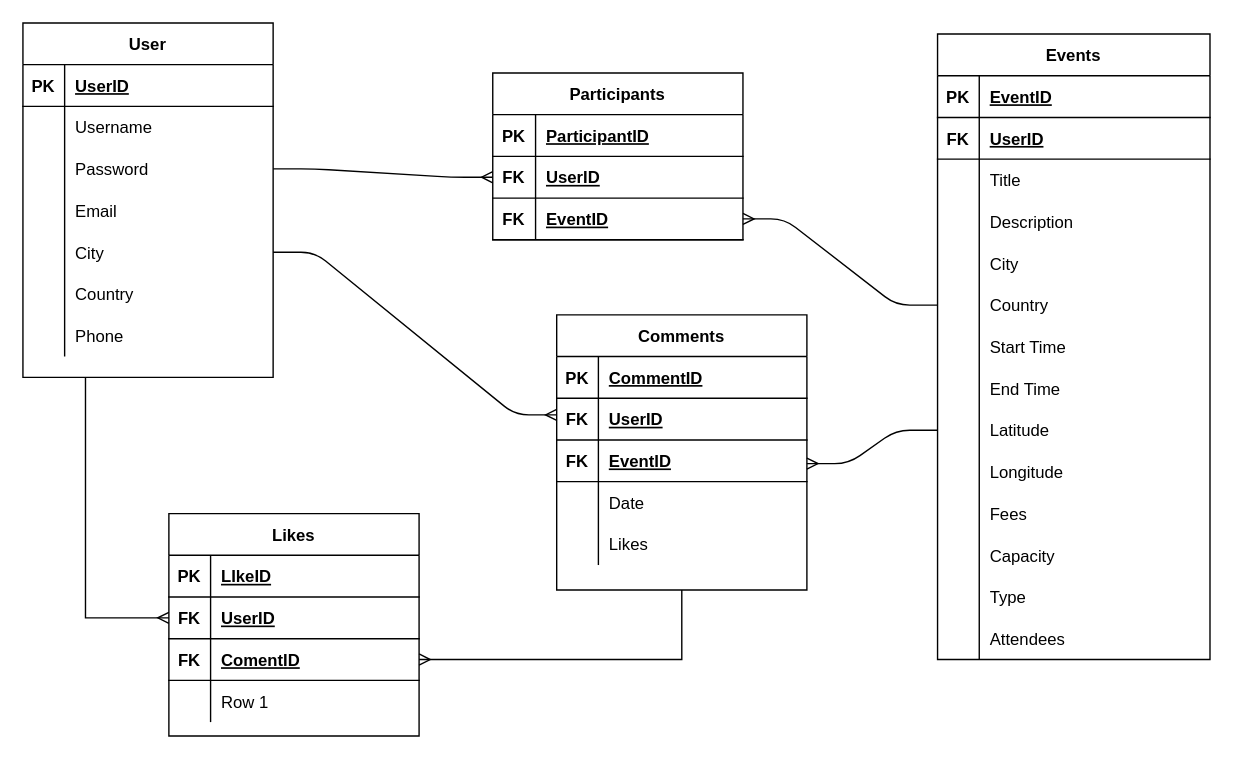
The draw.io diagram eventor.drawio in cruedo/Eventor, before the edit. Source tidied: cells renumbered, new cells numbered last; positions are measured from the earlier drawing's top-left corner, leaving out a move shared by most shapes. Both pictures are drawn from the tidied source at 139%, with x=0, y=0 at pixel (22, 22).
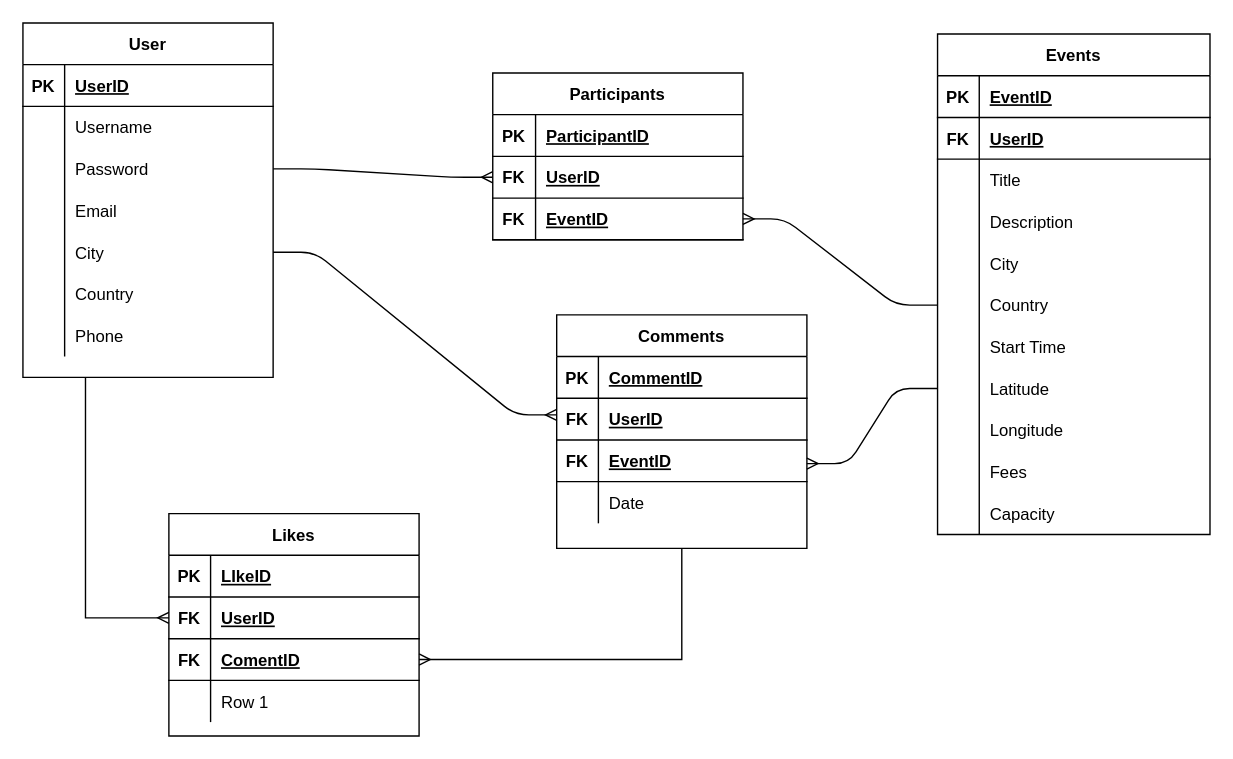
Above is the later version.

Diff of the diagram source:
```diff
@@
     <mxCell id="25" value="Events" style="shape=table;startSize=30;childLayout=tableLayout;rowLines=0;fontStyle=1;align=center;" parent="1" vertex="1">
-      <mxGeometry x="658" y="8" width="196" height="450" as="geometry" />
+      <mxGeometry x="658" y="8" width="196" height="360" as="geometry" />
     </mxCell>
@@
-    <mxCell id="47" style="shape=partialRectangle;fillColor=none;top=0;left=0;bottom=0;right=0;" parent="25" vertex="1">
-      <mxGeometry y="240" width="196" height="30" as="geometry" />
-    </mxCell>
-    <mxCell id="48" style="shape=partialRectangle;fillColor=none;top=0;left=0;bottom=0;right=0;overflow=hidden;" parent="47" vertex="1">
-      <mxGeometry width="30" height="30" as="geometry" />
-    </mxCell>
-    <mxCell id="49" value="End Time" style="shape=partialRectangle;fillColor=none;top=0;left=0;bottom=0;right=0;align=left;spacingLeft=6;overflow=hidden;" parent="47" vertex="1">
-      <mxGeometry x="30" width="166" height="30" as="geometry" />
-    </mxCell>
     <mxCell id="50" style="shape=partialRectangle;fillColor=none;top=0;left=0;bottom=0;right=0;points=[[0,0.5],[1,0.5]];portConstraint=eastwest;" parent="25" vertex="1">
-      <mxGeometry y="270" width="196" height="30" as="geometry" />
+      <mxGeometry y="240" width="196" height="30" as="geometry" />
     </mxCell>
@@
     <mxCell id="53" style="shape=partialRectangle;fillColor=none;top=0;left=0;bottom=0;right=0;" parent="25" vertex="1">
-      <mxGeometry y="300" width="196" height="30" as="geometry" />
+      <mxGeometry y="270" width="196" height="30" as="geometry" />
     </mxCell>
@@
     <mxCell id="56" style="shape=partialRectangle;fillColor=none;top=0;left=0;bottom=0;right=0;" parent="25" vertex="1">
-      <mxGeometry y="330" width="196" height="30" as="geometry" />
+      <mxGeometry y="300" width="196" height="30" as="geometry" />
     </mxCell>
@@
     <mxCell id="59" style="shape=partialRectangle;fillColor=none;top=0;left=0;bottom=0;right=0;" parent="25" vertex="1">
-      <mxGeometry y="360" width="196" height="30" as="geometry" />
+      <mxGeometry y="330" width="196" height="30" as="geometry" />
     </mxCell>
@@
-    <mxCell id="62" style="shape=partialRectangle;fillColor=none;top=0;left=0;bottom=0;right=0;" parent="25" vertex="1">
-      <mxGeometry y="390" width="196" height="30" as="geometry" />
-    </mxCell>
-    <mxCell id="63" style="shape=partialRectangle;fillColor=none;top=0;left=0;bottom=0;right=0;overflow=hidden;" parent="62" vertex="1">
-      <mxGeometry width="30" height="30" as="geometry" />
-    </mxCell>
-    <mxCell id="64" value="Type" style="shape=partialRectangle;fillColor=none;top=0;left=0;bottom=0;right=0;align=left;spacingLeft=6;overflow=hidden;" parent="62" vertex="1">
-      <mxGeometry x="30" width="166" height="30" as="geometry" />
-    </mxCell>
-    <mxCell id="65" style="shape=partialRectangle;fillColor=none;top=0;left=0;bottom=0;right=0;" parent="25" vertex="1">
-      <mxGeometry y="420" width="196" height="30" as="geometry" />
-    </mxCell>
-    <mxCell id="66" style="shape=partialRectangle;fillColor=none;top=0;left=0;bottom=0;right=0;overflow=hidden;" parent="65" vertex="1">
-      <mxGeometry width="30" height="30" as="geometry" />
-    </mxCell>
-    <mxCell id="67" value="Attendees" style="shape=partialRectangle;fillColor=none;top=0;left=0;bottom=0;right=0;align=left;spacingLeft=6;overflow=hidden;" parent="65" vertex="1">
-      <mxGeometry x="30" width="166" height="30" as="geometry" />
-    </mxCell>
@@
     <mxCell id="79" value="Comments" style="shape=table;startSize=30;childLayout=tableLayout;rowLines=0;fontStyle=1;align=center;" parent="1" vertex="1">
-      <mxGeometry x="384" y="210" width="180" height="198" as="geometry" />
+      <mxGeometry x="384" y="210" width="180" height="168" as="geometry" />
     </mxCell>
@@
-    <mxCell id="92" style="shape=partialRectangle;fillColor=none;top=0;left=0;bottom=0;right=0;" parent="79" vertex="1">
-      <mxGeometry y="150" width="180" height="30" as="geometry" />
-    </mxCell>
-    <mxCell id="93" style="shape=partialRectangle;fillColor=none;top=0;left=0;bottom=0;right=0;overflow=hidden;" parent="92" vertex="1">
-      <mxGeometry width="30" height="30" as="geometry" />
-    </mxCell>
-    <mxCell id="94" value="Likes" style="shape=partialRectangle;fillColor=none;top=0;left=0;bottom=0;right=0;align=left;spacingLeft=6;overflow=hidden;" parent="92" vertex="1">
-      <mxGeometry x="30" width="150" height="30" as="geometry" />
-    </mxCell>
```
